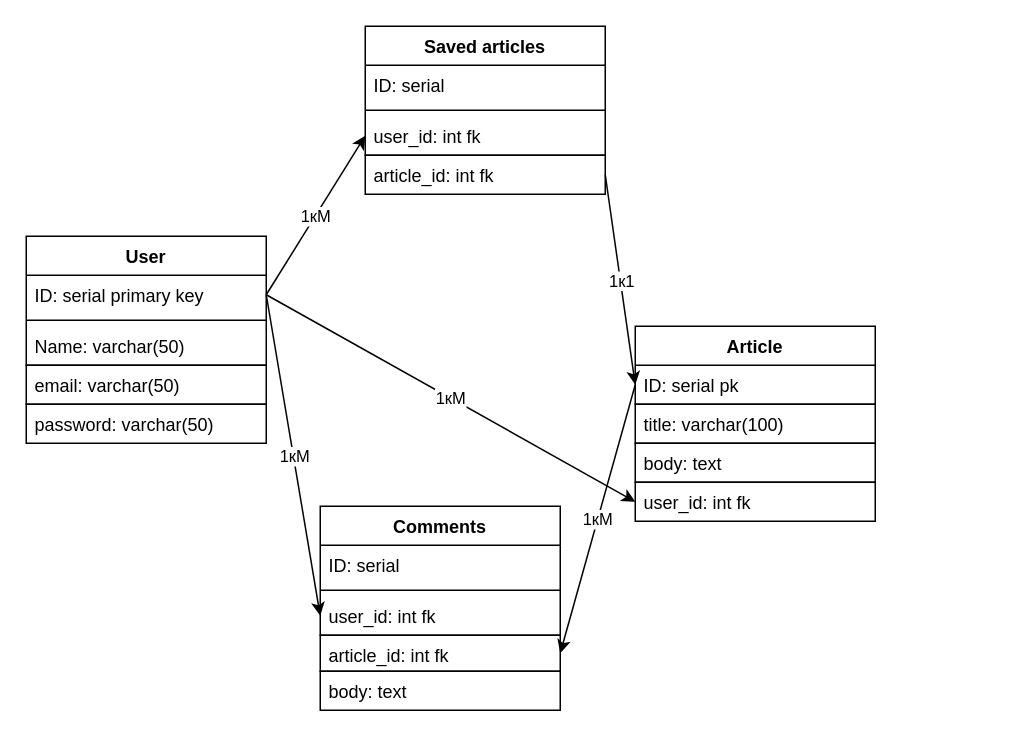
This is BD.drawio from prostopank/Blog, a draw.io file, before an edit. Source tidied: cells renumbered, new cells numbered last; positions are measured from the earlier drawing's top-left corner, leaving out a move shared by most shapes. Both pictures are drawn from the tidied source at 150%, with x=0, y=0 at pixel (26, 26).
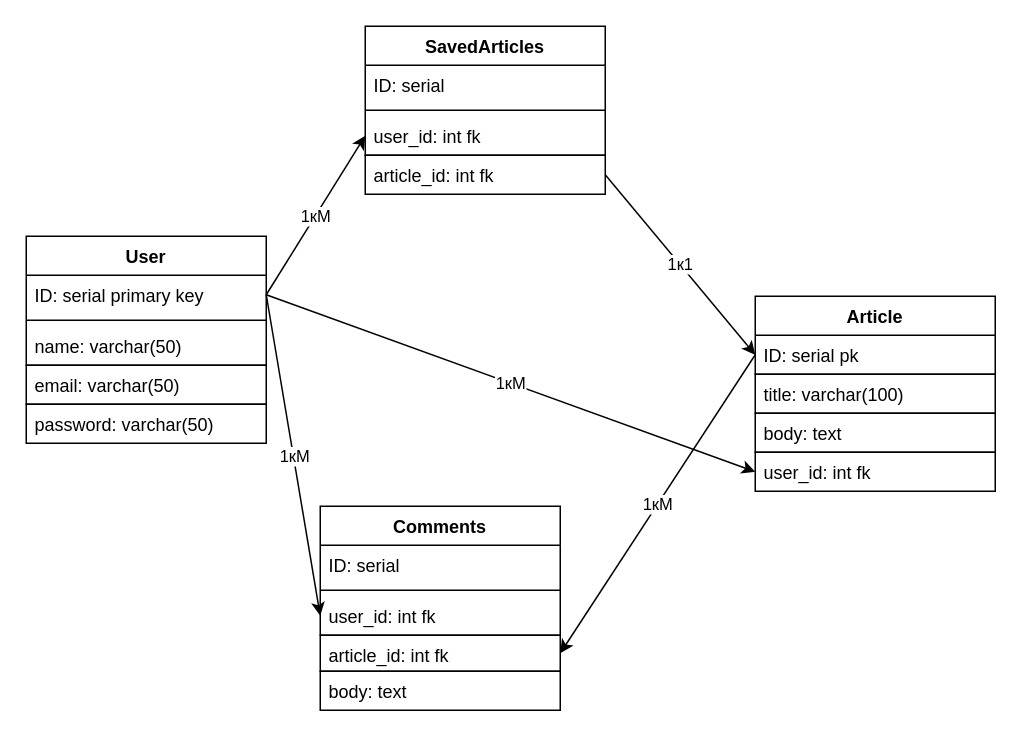
Above is the later version.

Unchanged cells that the change refers to:
```xml
<mxCell id="3" value="User" style="swimlane;fontStyle=1;align=center;verticalAlign=top;horizontal=1;startSize=26;" parent="2" vertex="1">
  <mxGeometry width="160" height="86" as="geometry" />
</mxCell>
<mxCell id="9" style="group;" parent="1" vertex="1">
  <mxGeometry x="226" width="160" height="112" as="geometry" />
</mxCell>
```

What changed in the source:
```diff
@@
-    <mxCell id="6" value="Name: varchar(50)" style="text;strokeColor=none;fillColor=none;align=left;verticalAlign=top;spacingLeft=4;spacingRight=4;overflow=hidden;" parent="3" vertex="1">
+    <mxCell id="6" value="name: varchar(50)" style="text;strokeColor=none;fillColor=none;align=left;verticalAlign=top;spacingLeft=4;spacingRight=4;overflow=hidden;" parent="3" vertex="1">
       <mxGeometry y="60" width="160" height="26" as="geometry" />
     </mxCell>
@@
-    <mxCell id="10" value="Saved articles" style="swimlane;fontStyle=1;align=center;verticalAlign=top;horizontal=1;startSize=26;strokeColor=#000000;" parent="9" vertex="1">
+    <mxCell id="10" value="SavedArticles" style="swimlane;fontStyle=1;align=center;verticalAlign=top;horizontal=1;startSize=26;strokeColor=#000000;" parent="9" vertex="1">
       <mxGeometry width="160" height="86" as="geometry" />
     </mxCell>
@@
     <mxCell id="15" style="group;" parent="1" vertex="1">
-      <mxGeometry x="406" y="200" width="160" height="130" as="geometry" />
+      <mxGeometry x="486" y="180" width="160" height="130" as="geometry" />
     </mxCell>
```
